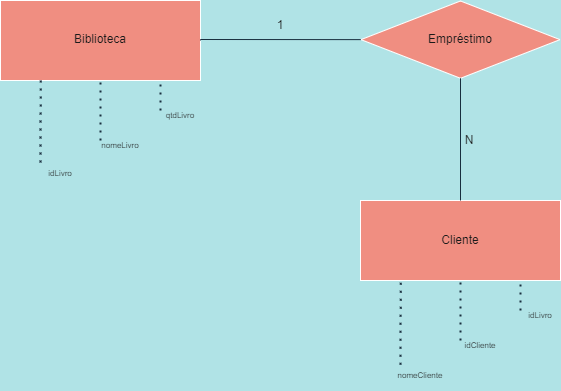
This is SQLServer/biblioteca.png from leowvazd/Avanade-FIAP, a draw.io export, as it was before one commit. Source tidied: cells renumbered, new cells last; positions are measured from the earlier drawing's top-left corner, leaving out a move shared by most shapes. Its diagram source:
```xml
<mxGraphModel background="#B0E3E6">
  <root>
    <mxCell id="0" />
    <mxCell id="1" parent="0" />
    <mxCell id="2" style="rounded=0;whiteSpace=wrap;html=1;fillColor=#F08E81;strokeColor=#FFFFFF;fontColor=#1A1A1A;" parent="1" vertex="1">
      <mxGeometry y="60" width="200" height="80" as="geometry" />
    </mxCell>
    <mxCell id="3" style="rounded=0;whiteSpace=wrap;html=1;fillColor=#F08E81;strokeColor=#FFFFFF;fontColor=#1A1A1A;" parent="1" vertex="1">
      <mxGeometry x="360" y="260" width="200" height="80" as="geometry" />
    </mxCell>
    <mxCell id="4" value="Biblioteca" style="text;html=1;strokeColor=none;fillColor=none;align=center;verticalAlign=middle;whiteSpace=wrap;rounded=0;fontColor=#1A1A1A;" parent="1" vertex="1">
      <mxGeometry x="70" y="84.1" width="60" height="30" as="geometry" />
    </mxCell>
    <mxCell id="5" value="Cliente" style="text;html=1;strokeColor=none;fillColor=none;align=center;verticalAlign=middle;whiteSpace=wrap;rounded=0;fontColor=#1A1A1A;" parent="1" vertex="1">
      <mxGeometry x="430" y="285" width="60" height="30" as="geometry" />
    </mxCell>
    <mxCell id="6" style="endArrow=none;dashed=1;html=1;dashPattern=1 3;strokeWidth=2;rounded=0;entryX=0.5;entryY=1;entryDx=0;entryDy=0;labelBackgroundColor=#B0E3E6;strokeColor=#182E3E;fontColor=#1A1A1A;" parent="1" edge="1">
      <mxGeometry relative="1" as="geometry">
        <mxPoint x="100" y="200" as="sourcePoint" />
        <mxPoint x="100" y="140" as="targetPoint" />
      </mxGeometry>
    </mxCell>
    <mxCell id="7" style="endArrow=none;dashed=1;html=1;dashPattern=1 3;strokeWidth=2;rounded=0;exitX=0.201;exitY=1.027;exitDx=0;exitDy=0;exitPerimeter=0;entryX=0;entryY=0.25;entryDx=0;entryDy=0;labelBackgroundColor=#B0E3E6;strokeColor=#182E3E;fontColor=#1A1A1A;" parent="1" edge="1" target="8">
      <mxGeometry relative="1" as="geometry">
        <mxPoint x="40.2" y="140" as="sourcePoint" />
      </mxGeometry>
    </mxCell>
    <mxCell id="8" value="idLivro" style="text;html=1;strokeColor=none;fillColor=none;align=center;verticalAlign=middle;whiteSpace=wrap;rounded=0;fontSize=8;fontColor=#1A1A1A;" parent="1" vertex="1">
      <mxGeometry x="40" y="217.8" width="40" height="30" as="geometry" />
    </mxCell>
    <mxCell id="9" value="nomeLivro" style="text;html=1;strokeColor=none;fillColor=none;align=center;verticalAlign=middle;whiteSpace=wrap;rounded=0;fontSize=8;fontColor=#1A1A1A;" parent="1" vertex="1">
      <mxGeometry x="100" y="190" width="40" height="30" as="geometry" />
    </mxCell>
    <mxCell id="10" style="endArrow=none;html=1;rounded=0;entryX=0.5;entryY=1;entryDx=0;entryDy=0;exitX=1;exitY=0.5;exitDx=0;exitDy=0;labelBackgroundColor=#B0E3E6;strokeColor=#182E3E;fontColor=#1A1A1A;" parent="1" edge="1" source="2" target="13">
      <mxGeometry relative="1" as="geometry">
        <Array as="points">
          <mxPoint x="200" y="99" />
        </Array>
      </mxGeometry>
    </mxCell>
    <mxCell id="11" style="endArrow=none;dashed=1;html=1;dashPattern=1 3;strokeWidth=2;rounded=0;fontSize=8;labelBackgroundColor=#B0E3E6;strokeColor=#182E3E;fontColor=#1A1A1A;" parent="1" edge="1">
      <mxGeometry relative="1" as="geometry">
        <mxPoint x="160" y="170" as="sourcePoint" />
        <mxPoint x="160" y="140" as="targetPoint" />
      </mxGeometry>
    </mxCell>
    <mxCell id="12" value="qtdLivro" style="text;html=1;strokeColor=none;fillColor=none;align=center;verticalAlign=middle;whiteSpace=wrap;rounded=0;fontSize=8;fontColor=#1A1A1A;" parent="1" vertex="1">
      <mxGeometry x="160" y="160" width="40" height="30" as="geometry" />
    </mxCell>
    <mxCell id="13" style="rhombus;whiteSpace=wrap;html=1;fontSize=8;rotation=90;fillColor=#F08E81;strokeColor=#FFFFFF;fontColor=#1A1A1A;" parent="1" vertex="1">
      <mxGeometry x="421.3" y="-0.4" width="77.3" height="199.1" as="geometry" />
    </mxCell>
    <mxCell id="14" style="endArrow=none;html=1;rounded=0;fontSize=8;entryX=1;entryY=0.5;entryDx=0;entryDy=0;exitX=0.5;exitY=0;exitDx=0;exitDy=0;labelBackgroundColor=#B0E3E6;strokeColor=#182E3E;fontColor=#1A1A1A;" parent="1" edge="1" source="3" target="13">
      <mxGeometry relative="1" as="geometry" />
    </mxCell>
    <mxCell id="15" value="Empréstimo" style="text;html=1;strokeColor=none;fillColor=none;align=center;verticalAlign=middle;whiteSpace=wrap;rounded=0;fontSize=12;fontColor=#1A1A1A;" parent="1" vertex="1">
      <mxGeometry x="430" y="84.1" width="60" height="30" as="geometry" />
    </mxCell>
    <mxCell id="16" value="1" style="text;html=1;strokeColor=none;fillColor=none;align=center;verticalAlign=middle;whiteSpace=wrap;rounded=0;fontSize=12;fontColor=#1A1A1A;" parent="1" vertex="1">
      <mxGeometry x="250" y="70" width="60" height="30" as="geometry" />
    </mxCell>
    <mxCell id="17" value="N" style="text;html=1;strokeColor=none;fillColor=none;align=center;verticalAlign=middle;whiteSpace=wrap;rounded=0;fontSize=12;fontColor=#1A1A1A;" parent="1" vertex="1">
      <mxGeometry x="438.6" y="190" width="60" height="20" as="geometry" />
    </mxCell>
    <mxCell id="18" style="endArrow=none;dashed=1;html=1;dashPattern=1 3;strokeWidth=2;rounded=0;entryX=0.5;entryY=1;entryDx=0;entryDy=0;labelBackgroundColor=#B0E3E6;strokeColor=#182E3E;fontColor=#1A1A1A;" parent="1" edge="1">
      <mxGeometry relative="1" as="geometry">
        <mxPoint x="460" y="400" as="sourcePoint" />
        <mxPoint x="460" y="340" as="targetPoint" />
      </mxGeometry>
    </mxCell>
    <mxCell id="19" style="endArrow=none;dashed=1;html=1;dashPattern=1 3;strokeWidth=2;rounded=0;exitX=0.201;exitY=1.027;exitDx=0;exitDy=0;exitPerimeter=0;entryX=0;entryY=0.25;entryDx=0;entryDy=0;labelBackgroundColor=#B0E3E6;strokeColor=#182E3E;fontColor=#1A1A1A;" parent="1" edge="1" target="20">
      <mxGeometry relative="1" as="geometry">
        <mxPoint x="400.2" y="342.2" as="sourcePoint" />
      </mxGeometry>
    </mxCell>
    <mxCell id="20" value="nomeCliente" style="text;html=1;strokeColor=none;fillColor=none;align=center;verticalAlign=middle;whiteSpace=wrap;rounded=0;fontSize=8;fontColor=#1A1A1A;" parent="1" vertex="1">
      <mxGeometry x="400" y="420" width="40" height="30" as="geometry" />
    </mxCell>
    <mxCell id="21" value="idCliente" style="text;html=1;strokeColor=none;fillColor=none;align=center;verticalAlign=middle;whiteSpace=wrap;rounded=0;fontSize=8;fontColor=#1A1A1A;" parent="1" vertex="1">
      <mxGeometry x="460" y="390" width="40" height="30" as="geometry" />
    </mxCell>
    <mxCell id="22" style="endArrow=none;dashed=1;html=1;dashPattern=1 3;strokeWidth=2;rounded=0;fontSize=8;labelBackgroundColor=#B0E3E6;strokeColor=#182E3E;fontColor=#1A1A1A;" parent="1" edge="1">
      <mxGeometry relative="1" as="geometry">
        <mxPoint x="520" y="370" as="sourcePoint" />
        <mxPoint x="520" y="340" as="targetPoint" />
      </mxGeometry>
    </mxCell>
    <mxCell id="23" value="idLivro" style="text;html=1;strokeColor=none;fillColor=none;align=center;verticalAlign=middle;whiteSpace=wrap;rounded=0;fontSize=8;fontColor=#1A1A1A;" parent="1" vertex="1">
      <mxGeometry x="520" y="360" width="40" height="30" as="geometry" />
    </mxCell>
  </root>
</mxGraphModel>
```
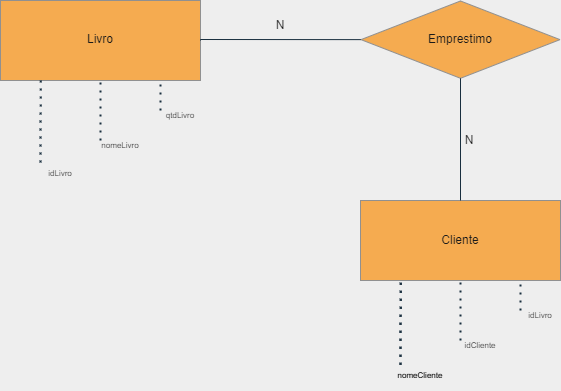
The same diagram one commit later.

Change to the diagram source:
```diff
@@ -1,26 +1,26 @@
-<mxGraphModel background="#B0E3E6">
+<mxGraphModel background="#EEEEEE">
   <root>
     <mxCell id="0" />
     <mxCell id="1" parent="0" />
-    <mxCell id="2" style="rounded=0;whiteSpace=wrap;html=1;fillColor=#F08E81;strokeColor=#FFFFFF;fontColor=#1A1A1A;" parent="1" vertex="1">
+    <mxCell id="2" style="rounded=0;whiteSpace=wrap;html=1;fillColor=#F5AB50;strokeColor=#909090;fontColor=#1A1A1A;" parent="1" vertex="1">
       <mxGeometry y="60" width="200" height="80" as="geometry" />
     </mxCell>
-    <mxCell id="3" style="rounded=0;whiteSpace=wrap;html=1;fillColor=#F08E81;strokeColor=#FFFFFF;fontColor=#1A1A1A;" parent="1" vertex="1">
+    <mxCell id="3" style="rounded=0;whiteSpace=wrap;html=1;fillColor=#F5AB50;strokeColor=#909090;fontColor=#1A1A1A;" parent="1" vertex="1">
       <mxGeometry x="360" y="260" width="200" height="80" as="geometry" />
     </mxCell>
-    <mxCell id="4" value="Biblioteca" style="text;html=1;strokeColor=none;fillColor=none;align=center;verticalAlign=middle;whiteSpace=wrap;rounded=0;fontColor=#1A1A1A;" parent="1" vertex="1">
+    <mxCell id="4" value="Livro" style="text;html=1;strokeColor=none;fillColor=none;align=center;verticalAlign=middle;whiteSpace=wrap;rounded=0;fontColor=#1A1A1A;" parent="1" vertex="1">
       <mxGeometry x="70" y="84.1" width="60" height="30" as="geometry" />
     </mxCell>
     <mxCell id="5" value="Cliente" style="text;html=1;strokeColor=none;fillColor=none;align=center;verticalAlign=middle;whiteSpace=wrap;rounded=0;fontColor=#1A1A1A;" parent="1" vertex="1">
       <mxGeometry x="430" y="285" width="60" height="30" as="geometry" />
     </mxCell>
-    <mxCell id="6" style="endArrow=none;dashed=1;html=1;dashPattern=1 3;strokeWidth=2;rounded=0;entryX=0.5;entryY=1;entryDx=0;entryDy=0;labelBackgroundColor=#B0E3E6;strokeColor=#182E3E;fontColor=#1A1A1A;" parent="1" edge="1">
+    <mxCell id="6" style="endArrow=none;dashed=1;html=1;dashPattern=1 3;strokeWidth=2;rounded=0;entryX=0.5;entryY=1;entryDx=0;entryDy=0;labelBackgroundColor=#EEEEEE;strokeColor=#182E3E;fontColor=#1A1A1A;" parent="1" edge="1">
       <mxGeometry relative="1" as="geometry">
         <mxPoint x="100" y="200" as="sourcePoint" />
         <mxPoint x="100" y="140" as="targetPoint" />
       </mxGeometry>
     </mxCell>
-    <mxCell id="7" style="endArrow=none;dashed=1;html=1;dashPattern=1 3;strokeWidth=2;rounded=0;exitX=0.201;exitY=1.027;exitDx=0;exitDy=0;exitPerimeter=0;entryX=0;entryY=0.25;entryDx=0;entryDy=0;labelBackgroundColor=#B0E3E6;strokeColor=#182E3E;fontColor=#1A1A1A;" parent="1" edge="1" target="8">
+    <mxCell id="7" style="endArrow=none;dashed=1;html=1;dashPattern=1 3;strokeWidth=2;rounded=0;exitX=0.201;exitY=1.027;exitDx=0;exitDy=0;exitPerimeter=0;entryX=0;entryY=0.25;entryDx=0;entryDy=0;labelBackgroundColor=#EEEEEE;strokeColor=#182E3E;fontColor=#1A1A1A;" parent="1" edge="1" target="8">
       <mxGeometry relative="1" as="geometry">
         <mxPoint x="40.2" y="140" as="sourcePoint" />
       </mxGeometry>
@@ -31,14 +31,14 @@
     <mxCell id="9" value="nomeLivro" style="text;html=1;strokeColor=none;fillColor=none;align=center;verticalAlign=middle;whiteSpace=wrap;rounded=0;fontSize=8;fontColor=#1A1A1A;" parent="1" vertex="1">
       <mxGeometry x="100" y="190" width="40" height="30" as="geometry" />
     </mxCell>
-    <mxCell id="10" style="endArrow=none;html=1;rounded=0;entryX=0.5;entryY=1;entryDx=0;entryDy=0;exitX=1;exitY=0.5;exitDx=0;exitDy=0;labelBackgroundColor=#B0E3E6;strokeColor=#182E3E;fontColor=#1A1A1A;" parent="1" edge="1" source="2" target="13">
+    <mxCell id="10" style="endArrow=none;html=1;rounded=0;entryX=0.5;entryY=1;entryDx=0;entryDy=0;exitX=1;exitY=0.5;exitDx=0;exitDy=0;labelBackgroundColor=#EEEEEE;strokeColor=#182E3E;fontColor=#1A1A1A;" parent="1" edge="1" source="2" target="13">
       <mxGeometry relative="1" as="geometry">
         <Array as="points">
           <mxPoint x="200" y="99" />
         </Array>
       </mxGeometry>
     </mxCell>
-    <mxCell id="11" style="endArrow=none;dashed=1;html=1;dashPattern=1 3;strokeWidth=2;rounded=0;fontSize=8;labelBackgroundColor=#B0E3E6;strokeColor=#182E3E;fontColor=#1A1A1A;" parent="1" edge="1">
+    <mxCell id="11" style="endArrow=none;dashed=1;html=1;dashPattern=1 3;strokeWidth=2;rounded=0;fontSize=8;labelBackgroundColor=#EEEEEE;strokeColor=#182E3E;fontColor=#1A1A1A;" parent="1" edge="1">
       <mxGeometry relative="1" as="geometry">
         <mxPoint x="160" y="170" as="sourcePoint" />
         <mxPoint x="160" y="140" as="targetPoint" />
@@ -47,46 +47,54 @@
     <mxCell id="12" value="qtdLivro" style="text;html=1;strokeColor=none;fillColor=none;align=center;verticalAlign=middle;whiteSpace=wrap;rounded=0;fontSize=8;fontColor=#1A1A1A;" parent="1" vertex="1">
       <mxGeometry x="160" y="160" width="40" height="30" as="geometry" />
     </mxCell>
-    <mxCell id="13" style="rhombus;whiteSpace=wrap;html=1;fontSize=8;rotation=90;fillColor=#F08E81;strokeColor=#FFFFFF;fontColor=#1A1A1A;" parent="1" vertex="1">
+    <mxCell id="13" style="rhombus;whiteSpace=wrap;html=1;fontSize=8;rotation=90;fillColor=#F5AB50;strokeColor=#909090;fontColor=#1A1A1A;" parent="1" vertex="1">
       <mxGeometry x="421.3" y="-0.4" width="77.3" height="199.1" as="geometry" />
     </mxCell>
-    <mxCell id="14" style="endArrow=none;html=1;rounded=0;fontSize=8;entryX=1;entryY=0.5;entryDx=0;entryDy=0;exitX=0.5;exitY=0;exitDx=0;exitDy=0;labelBackgroundColor=#B0E3E6;strokeColor=#182E3E;fontColor=#1A1A1A;" parent="1" edge="1" source="3" target="13">
+    <mxCell id="14" style="endArrow=none;html=1;rounded=0;fontSize=8;entryX=1;entryY=0.5;entryDx=0;entryDy=0;exitX=0.5;exitY=0;exitDx=0;exitDy=0;labelBackgroundColor=#EEEEEE;strokeColor=#182E3E;fontColor=#1A1A1A;" parent="1" edge="1" source="3" target="13">
       <mxGeometry relative="1" as="geometry" />
     </mxCell>
-    <mxCell id="15" value="Empréstimo" style="text;html=1;strokeColor=none;fillColor=none;align=center;verticalAlign=middle;whiteSpace=wrap;rounded=0;fontSize=12;fontColor=#1A1A1A;" parent="1" vertex="1">
+    <mxCell id="15" value="Emprestimo" style="text;html=1;strokeColor=none;fillColor=none;align=center;verticalAlign=middle;whiteSpace=wrap;rounded=0;fontSize=12;fontColor=#1A1A1A;" parent="1" vertex="1">
       <mxGeometry x="430" y="84.1" width="60" height="30" as="geometry" />
     </mxCell>
-    <mxCell id="16" value="1" style="text;html=1;strokeColor=none;fillColor=none;align=center;verticalAlign=middle;whiteSpace=wrap;rounded=0;fontSize=12;fontColor=#1A1A1A;" parent="1" vertex="1">
+    <mxCell id="16" value="N" style="text;html=1;strokeColor=none;fillColor=none;align=center;verticalAlign=middle;whiteSpace=wrap;rounded=0;fontSize=12;fontColor=#1A1A1A;" parent="1" vertex="1">
       <mxGeometry x="250" y="70" width="60" height="30" as="geometry" />
     </mxCell>
     <mxCell id="17" value="N" style="text;html=1;strokeColor=none;fillColor=none;align=center;verticalAlign=middle;whiteSpace=wrap;rounded=0;fontSize=12;fontColor=#1A1A1A;" parent="1" vertex="1">
       <mxGeometry x="438.6" y="190" width="60" height="20" as="geometry" />
     </mxCell>
-    <mxCell id="18" style="endArrow=none;dashed=1;html=1;dashPattern=1 3;strokeWidth=2;rounded=0;entryX=0.5;entryY=1;entryDx=0;entryDy=0;labelBackgroundColor=#B0E3E6;strokeColor=#182E3E;fontColor=#1A1A1A;" parent="1" edge="1">
-      <mxGeometry relative="1" as="geometry">
-        <mxPoint x="460" y="400" as="sourcePoint" />
-        <mxPoint x="460" y="340" as="targetPoint" />
-      </mxGeometry>
-    </mxCell>
-    <mxCell id="19" style="endArrow=none;dashed=1;html=1;dashPattern=1 3;strokeWidth=2;rounded=0;exitX=0.201;exitY=1.027;exitDx=0;exitDy=0;exitPerimeter=0;entryX=0;entryY=0.25;entryDx=0;entryDy=0;labelBackgroundColor=#B0E3E6;strokeColor=#182E3E;fontColor=#1A1A1A;" parent="1" edge="1" target="20">
-      <mxGeometry relative="1" as="geometry">
-        <mxPoint x="400.2" y="342.2" as="sourcePoint" />
-      </mxGeometry>
-    </mxCell>
-    <mxCell id="20" value="nomeCliente" style="text;html=1;strokeColor=none;fillColor=none;align=center;verticalAlign=middle;whiteSpace=wrap;rounded=0;fontSize=8;fontColor=#1A1A1A;" parent="1" vertex="1">
-      <mxGeometry x="400" y="420" width="40" height="30" as="geometry" />
-    </mxCell>
+    <mxCell id="24" style="endArrow=none;dashed=1;html=1;dashPattern=1 3;strokeWidth=2;rounded=0;entryX=0.5;entryY=1;entryDx=0;entryDy=0;labelBackgroundColor=#EEEEEE;strokeColor=#182E3E;fontColor=#1A1A1A;" parent="1" edge="1">
+      <mxGeometry relative="1" as="geometry">
+        <mxPoint x="460" y="400" as="sourcePoint" />
+        <mxPoint x="460" y="340" as="targetPoint" />
+      </mxGeometry>
+    </mxCell>
+    <mxCell id="25" style="endArrow=none;dashed=1;html=1;dashPattern=1 3;strokeWidth=2;rounded=0;exitX=0.201;exitY=1.027;exitDx=0;exitDy=0;exitPerimeter=0;entryX=0;entryY=0.25;entryDx=0;entryDy=0;labelBackgroundColor=#EEEEEE;strokeColor=#182E3E;fontColor=#1A1A1A;" parent="1" edge="1" target="26">
+      <mxGeometry relative="1" as="geometry">
+        <mxPoint x="400.2" y="342.2" as="sourcePoint" />
+      </mxGeometry>
+    </mxCell>
+    <mxCell id="26" value="nomeCliente" style="text;html=1;strokeColor=none;fillColor=none;align=center;verticalAlign=middle;whiteSpace=wrap;rounded=0;fontSize=8;fontColor=#1A1A1A;" parent="1" vertex="1">
+      <mxGeometry x="400" y="420" width="40" height="30" as="geometry" />
+    </mxCell>
     <mxCell id="21" value="idCliente" style="text;html=1;strokeColor=none;fillColor=none;align=center;verticalAlign=middle;whiteSpace=wrap;rounded=0;fontSize=8;fontColor=#1A1A1A;" parent="1" vertex="1">
       <mxGeometry x="460" y="390" width="40" height="30" as="geometry" />
     </mxCell>
-    <mxCell id="22" style="endArrow=none;dashed=1;html=1;dashPattern=1 3;strokeWidth=2;rounded=0;fontSize=8;labelBackgroundColor=#B0E3E6;strokeColor=#182E3E;fontColor=#1A1A1A;" parent="1" edge="1">
-      <mxGeometry relative="1" as="geometry">
-        <mxPoint x="520" y="370" as="sourcePoint" />
-        <mxPoint x="520" y="340" as="targetPoint" />
-      </mxGeometry>
-    </mxCell>
+    <mxCell id="27" style="endArrow=none;dashed=1;html=1;dashPattern=1 3;strokeWidth=2;rounded=0;fontSize=8;labelBackgroundColor=#EEEEEE;strokeColor=#182E3E;fontColor=#1A1A1A;" parent="1" edge="1">
+      <mxGeometry relative="1" as="geometry">
+        <mxPoint x="520" y="370" as="sourcePoint" />
+        <mxPoint x="520" y="340" as="targetPoint" />
+      </mxGeometry>
+    </mxCell>
     <mxCell id="23" value="idLivro" style="text;html=1;strokeColor=none;fillColor=none;align=center;verticalAlign=middle;whiteSpace=wrap;rounded=0;fontSize=8;fontColor=#1A1A1A;" parent="1" vertex="1">
       <mxGeometry x="520" y="360" width="40" height="30" as="geometry" />
     </mxCell>
+    <mxCell id="28" value="nomeCliente" style="text;html=1;strokeColor=none;fillColor=none;align=center;verticalAlign=middle;whiteSpace=wrap;rounded=0;fontSize=8;fontColor=#1A1A1A;" parent="1" vertex="1">
+      <mxGeometry x="400" y="420" width="40" height="30" as="geometry" />
+    </mxCell>
+    <mxCell id="29" style="endArrow=none;dashed=1;html=1;dashPattern=1 3;strokeWidth=2;rounded=0;exitX=0.201;exitY=1.027;exitDx=0;exitDy=0;exitPerimeter=0;entryX=0;entryY=0.25;entryDx=0;entryDy=0;labelBackgroundColor=#EEEEEE;strokeColor=#182E3E;fontColor=#1A1A1A;" parent="1" edge="1" target="28">
+      <mxGeometry relative="1" as="geometry">
+        <mxPoint x="400.2" y="342.2" as="sourcePoint" />
+      </mxGeometry>
+    </mxCell>
   </root>
 </mxGraphModel>
```
